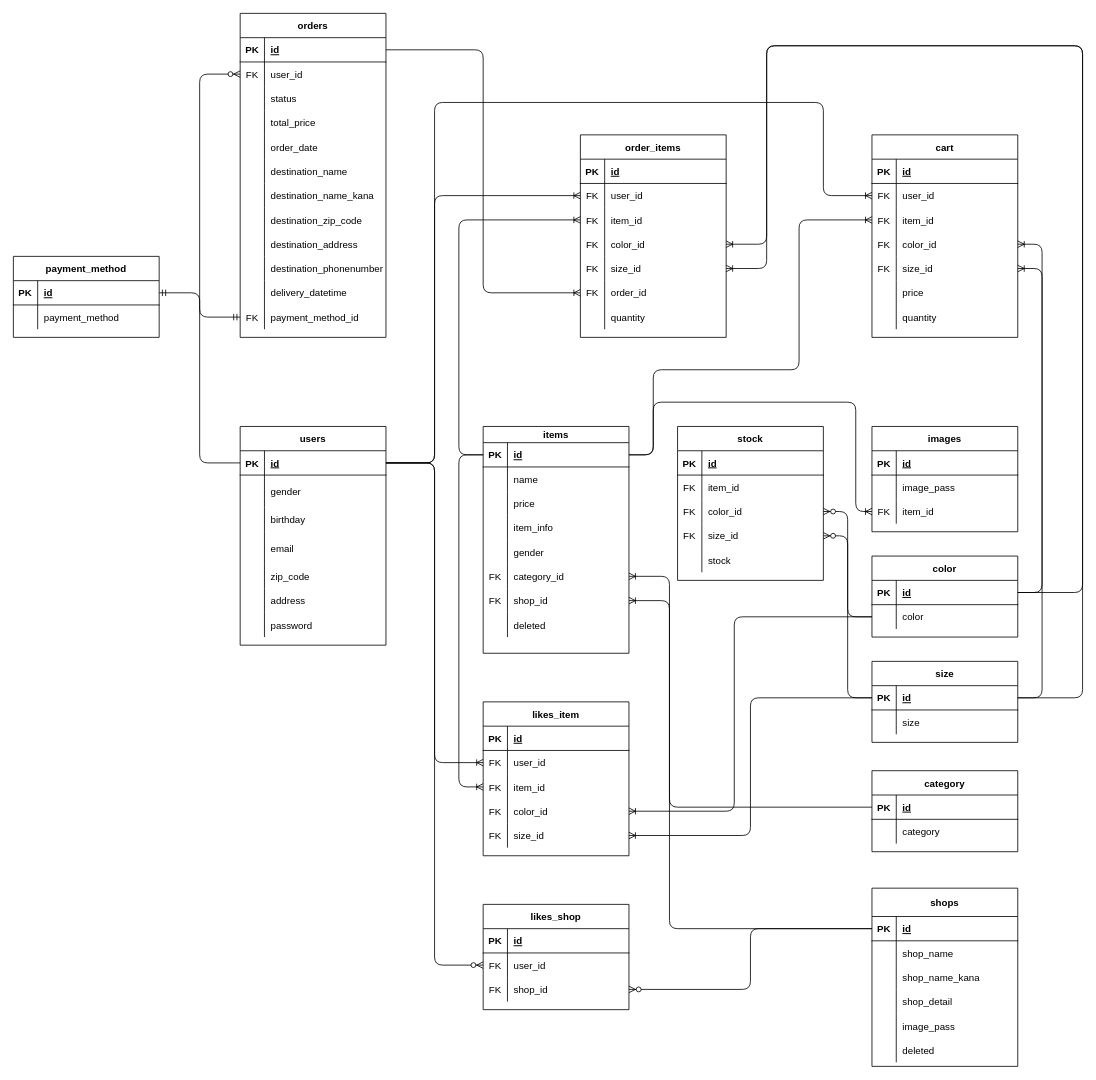
This is design/mozo.drawio from daimatsunaga/mozotown, a draw.io file, before an edit. Source tidied: cells renumbered, new cells numbered last; positions are measured from the earlier drawing's top-left corner, leaving out a move shared by most shapes. Both pictures are drawn from the tidied source at 81%, with x=0, y=0 at pixel (13, 13).
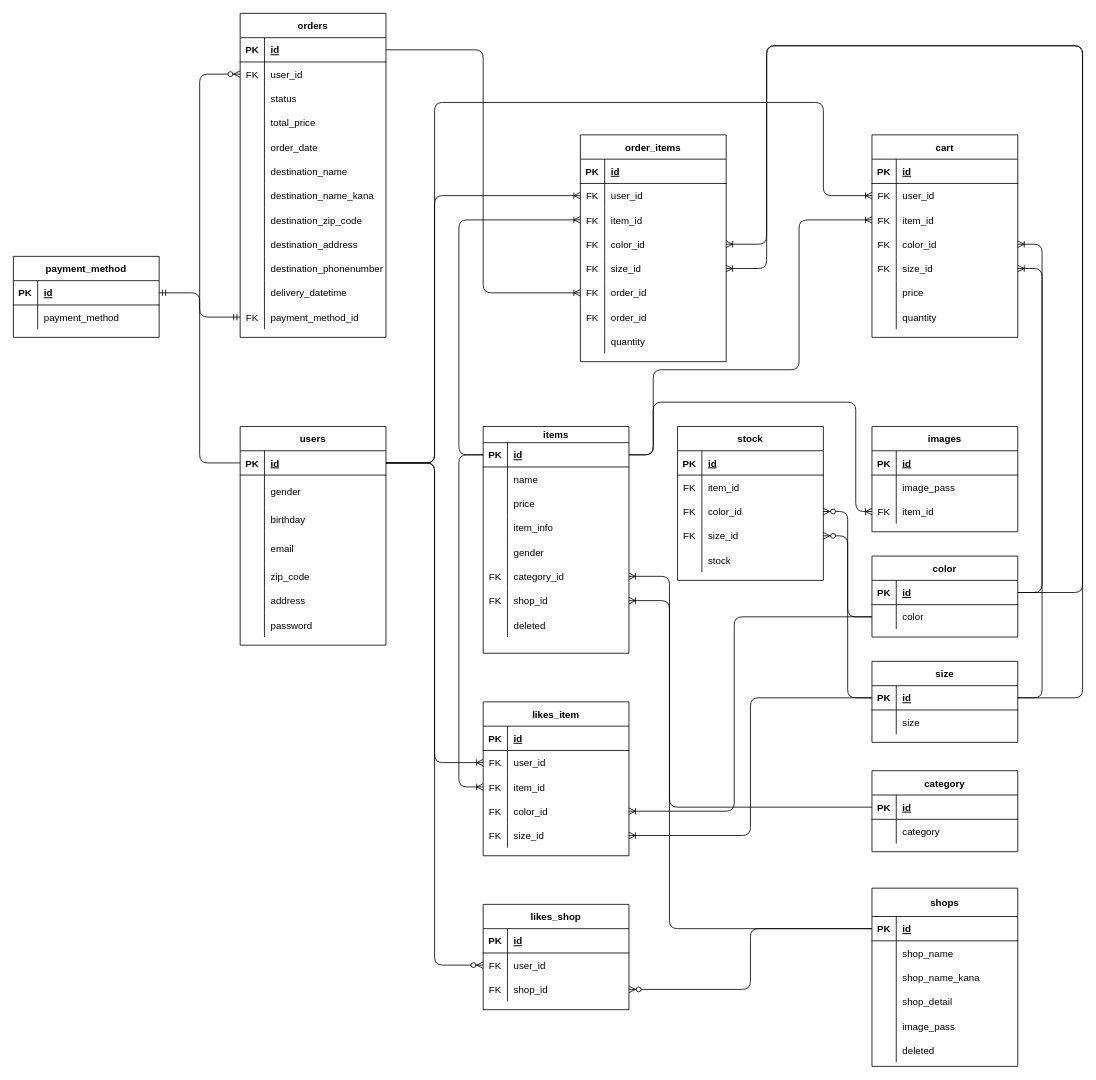
The same diagram, later.

Diff of the diagram source:
```diff
@@
     <mxCell id="207" value="order_items" style="shape=table;startSize=30;childLayout=tableLayout;rowLines=0;fontStyle=1;align=center;" parent="1" vertex="1">
-      <mxGeometry x="700" y="150" width="180" height="250" as="geometry" />
+      <mxGeometry x="700" y="150" width="180" height="280" as="geometry" />
     </mxCell>
@@
+    <mxCell id="251" style="shape=partialRectangle;fillColor=none;top=0;left=0;bottom=0;right=0;" parent="207" vertex="1">
+      <mxGeometry y="210" width="180" height="30" as="geometry" />
+    </mxCell>
+    <mxCell id="252" value="FK" style="shape=partialRectangle;fillColor=none;top=0;left=0;bottom=0;right=0;overflow=hidden;" parent="251" vertex="1">
+      <mxGeometry width="30" height="30" as="geometry" />
+    </mxCell>
+    <mxCell id="253" value="order_id" style="shape=partialRectangle;fillColor=none;top=0;left=0;bottom=0;right=0;align=left;spacingLeft=6;overflow=hidden;" parent="251" vertex="1">
+      <mxGeometry x="30" width="150" height="30" as="geometry" />
+    </mxCell>
     <mxCell id="226" style="shape=partialRectangle;fillColor=none;top=0;left=0;bottom=0;right=0;" parent="207" vertex="1">
-      <mxGeometry y="210" width="180" height="30" as="geometry" />
+      <mxGeometry y="240" width="180" height="30" as="geometry" />
     </mxCell>
```
